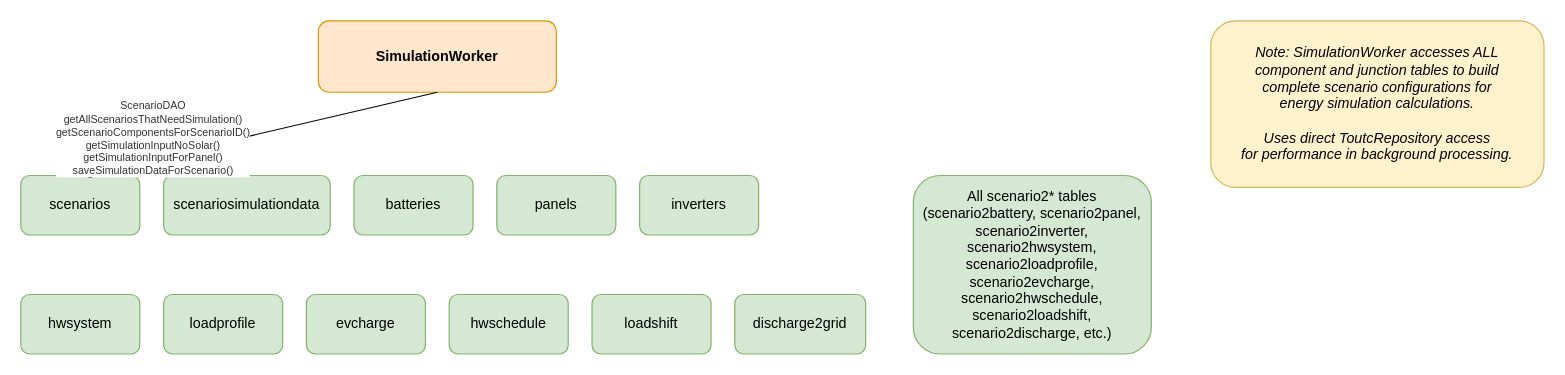
Before: docs/model/simulation-worker.drawio in Tonyslogic/comparetout, a draw.io diagram. Source tidied: cells renumbered, new cells numbered last; positions are measured from the earlier drawing's top-left corner, leaving out a move shared by most shapes. Both pictures are drawn from the tidied source at 119%, with x=0, y=0 at pixel (20, 20).
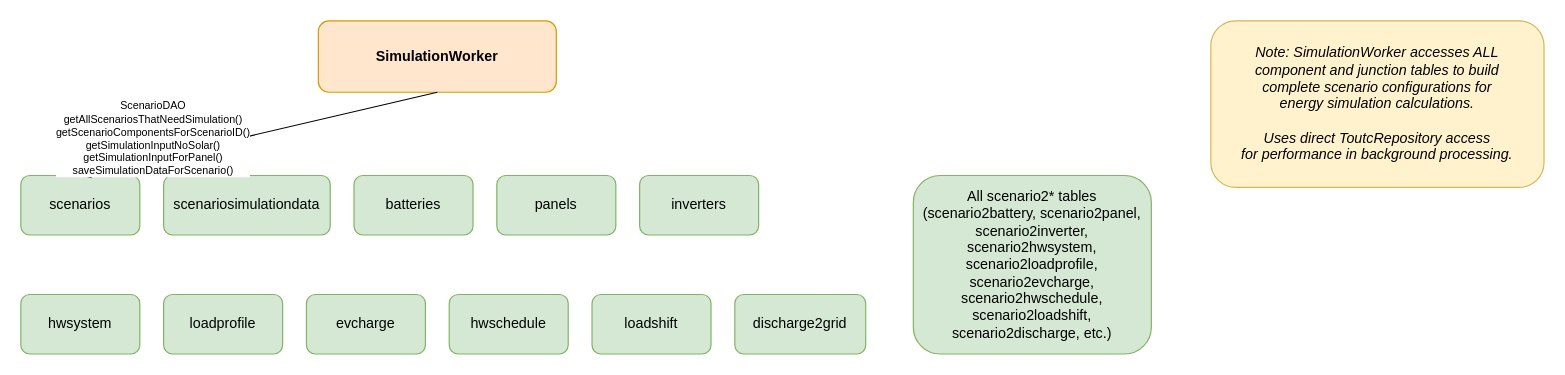
The same diagram, later.

The edit, as a diff of the source:
```diff
@@
 <mxGraphModel>
   <root>
     <mxCell id="0" />
     <mxCell id="1" parent="0" />
     <mxCell id="2" value="SimulationWorker" style="rounded=1;whiteSpace=wrap;html=1;fillColor=#FFE6CC;strokeColor=#D79B00;fontColor=#000000;fontStyle=1;" parent="1" vertex="1">
       <mxGeometry x="250" width="200" height="60" as="geometry" />
     </mxCell>
     <mxCell id="3" value="scenarios" style="rounded=1;whiteSpace=wrap;html=1;fillColor=#D5E8D4;strokeColor=#82B366;fontColor=#000000;" parent="1" vertex="1">
       <mxGeometry y="130" width="100" height="50" as="geometry" />
     </mxCell>
     <mxCell id="4" value="scenariosimulationdata" style="rounded=1;whiteSpace=wrap;html=1;fillColor=#D5E8D4;strokeColor=#82B366;fontColor=#000000;" parent="1" vertex="1">
       <mxGeometry x="120" y="130" width="140" height="50" as="geometry" />
     </mxCell>
     <mxCell id="5" value="batteries" style="rounded=1;whiteSpace=wrap;html=1;fillColor=#D5E8D4;strokeColor=#82B366;fontColor=#000000;" parent="1" vertex="1">
       <mxGeometry x="280" y="130" width="100" height="50" as="geometry" />
     </mxCell>
     <mxCell id="6" value="panels" style="rounded=1;whiteSpace=wrap;html=1;fillColor=#D5E8D4;strokeColor=#82B366;fontColor=#000000;" parent="1" vertex="1">
       <mxGeometry x="400" y="130" width="100" height="50" as="geometry" />
     </mxCell>
     <mxCell id="7" value="inverters" style="rounded=1;whiteSpace=wrap;html=1;fillColor=#D5E8D4;strokeColor=#82B366;fontColor=#000000;" parent="1" vertex="1">
       <mxGeometry x="520" y="130" width="100" height="50" as="geometry" />
     </mxCell>
     <mxCell id="8" value="hwsystem" style="rounded=1;whiteSpace=wrap;html=1;fillColor=#D5E8D4;strokeColor=#82B366;fontColor=#000000;" parent="1" vertex="1">
       <mxGeometry y="230" width="100" height="50" as="geometry" />
     </mxCell>
     <mxCell id="9" value="loadprofile" style="rounded=1;whiteSpace=wrap;html=1;fillColor=#D5E8D4;strokeColor=#82B366;fontColor=#000000;" parent="1" vertex="1">
       <mxGeometry x="120" y="230" width="100" height="50" as="geometry" />
     </mxCell>
     <mxCell id="10" value="evcharge" style="rounded=1;whiteSpace=wrap;html=1;fillColor=#D5E8D4;strokeColor=#82B366;fontColor=#000000;" parent="1" vertex="1">
       <mxGeometry x="240" y="230" width="100" height="50" as="geometry" />
     </mxCell>
     <mxCell id="11" value="hwschedule" style="rounded=1;whiteSpace=wrap;html=1;fillColor=#D5E8D4;strokeColor=#82B366;fontColor=#000000;" parent="1" vertex="1">
       <mxGeometry x="360" y="230" width="100" height="50" as="geometry" />
     </mxCell>
     <mxCell id="12" value="loadshift" style="rounded=1;whiteSpace=wrap;html=1;fillColor=#D5E8D4;strokeColor=#82B366;fontColor=#000000;" parent="1" vertex="1">
       <mxGeometry x="480" y="230" width="100" height="50" as="geometry" />
     </mxCell>
     <mxCell id="13" value="discharge2grid" style="rounded=1;whiteSpace=wrap;html=1;fillColor=#D5E8D4;strokeColor=#82B366;fontColor=#000000;" parent="1" vertex="1">
       <mxGeometry x="600" y="230" width="110" height="50" as="geometry" />
     </mxCell>
     <mxCell id="14" value="All scenario2* tables&#10;(scenario2battery, scenario2panel,&#10;scenario2inverter, scenario2hwsystem,&#10;scenario2loadprofile, scenario2evcharge,&#10;scenario2hwschedule, scenario2loadshift,&#10;scenario2discharge, etc.)" style="rounded=1;whiteSpace=wrap;html=1;fillColor=#D5E8D4;strokeColor=#82B366;fontColor=#000000;" parent="1" vertex="1">
       <mxGeometry x="750" y="130" width="200" height="150" as="geometry" />
     </mxCell>
     <mxCell id="15" style="endArrow=classic;html=1;rounded=1;exitX=0.5;exitY=1;exitDx=0;exitDy=0;entryX=0.5;entryY=0;entryDx=0;entryDy=0;" parent="1" edge="1" source="2" target="3">
       <mxGeometry relative="1" as="geometry" />
     </mxCell>
-    <mxCell id="16" value="ScenarioDAO&#10;getAllScenariosThatNeedSimulation()&#10;getScenarioComponentsForScenarioID()&#10;getSimulationInputNoSolar()&#10;getSimulationInputForPanel()&#10;saveSimulationDataForScenario()" style="edgeLabel;html=1;align=center;verticalAlign=middle;fontSize=9;fontColor=#333333;" parent="15" vertex="1">
+    <mxCell id="16" value="ScenarioDAO&#10;getAllScenariosThatNeedSimulation()&#10;getScenarioComponentsForScenarioID()&#10;getSimulationInputNoSolar()&#10;getSimulationInputForPanel()&#10;saveSimulationDataForScenario()" style="edgeLabel;html=1;align=center;verticalAlign=middle;fontSize=9;fontColor=#000000;labelBackgroundColor=#FFFFFF;" parent="15" vertex="1">
       <mxGeometry x="-0.2" y="1" relative="1" as="geometry">
         <mxPoint x="-120" y="10" as="offset" />
       </mxGeometry>
     </mxCell>
     <mxCell id="17" value="Note: SimulationWorker accesses ALL&#10;component and junction tables to build&#10;complete scenario configurations for&#10;energy simulation calculations.&#10;&#10;Uses direct ToutcRepository access&#10;for performance in background processing." style="rounded=1;whiteSpace=wrap;html=1;fillColor=#FFF2CC;strokeColor=#D6B656;fontColor=#000000;fontStyle=2;" parent="1" vertex="1">
       <mxGeometry x="1000" width="280" height="140" as="geometry" />
     </mxCell>
   </root>
 </mxGraphModel>
```
